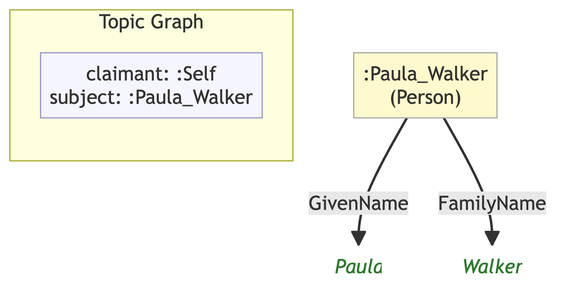
Above: example/graphs/images/graph-07.png in MeeFoundation/mia-ontologies (Mermaid), before the change. Its source is kept beside it as example/graphs/images/graph-07.mmd.
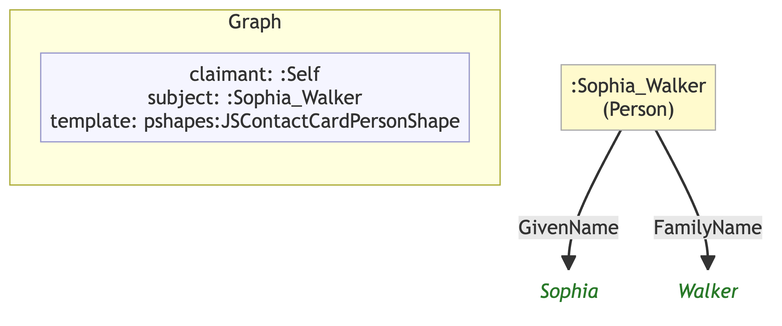
Later version of the same file.

What changed in the source:
```diff
@@ -1,18 +1,17 @@
 flowchart TD
     classDef person fill:#fffacd,stroke:#aaa,color:#333
-    classDef grp    fill:#d4edda,stroke:#aaa,color:#333
     classDef org    fill:#cce5ff,stroke:#aaa,color:#333
     classDef lit    fill:none,stroke:none,font-style:italic,color:#2a7a2a
     classDef meta   fill:#f5f5ff,stroke:#9999cc,color:#333
 
-    subgraph ctx["Topic Graph"]
+    subgraph ctx["Graph"]
         direction LR
-        ctx_meta["claimant: :Self\nsubject: :Paula_Walker"]:::meta
+        ctx_meta["claimant: :Self\nsubject: :Sophia_Walker\ntemplate: pshapes:JSContactCardPersonShape"]:::meta
     end
 
-    nf4296ab13de4[":Paula_Walker\n(Person)"]:::person
-    nfdcc9749db71("Paula"):::lit
-    nf3f203461f6f("Walker"):::lit
+    n2862909bb09a[":Sophia_Walker\n(Person)"]:::person
+    nd361278e68fc("Sophia"):::lit
+    n0b7cb87e02be("Walker"):::lit
 
-    nf4296ab13de4 -->|"GivenName"| nfdcc9749db71
-    nf4296ab13de4 -->|"FamilyName"| nf3f203461f6f
+    n2862909bb09a -->|"GivenName"| nd361278e68fc
+    n2862909bb09a -->|"FamilyName"| n0b7cb87e02be
```
